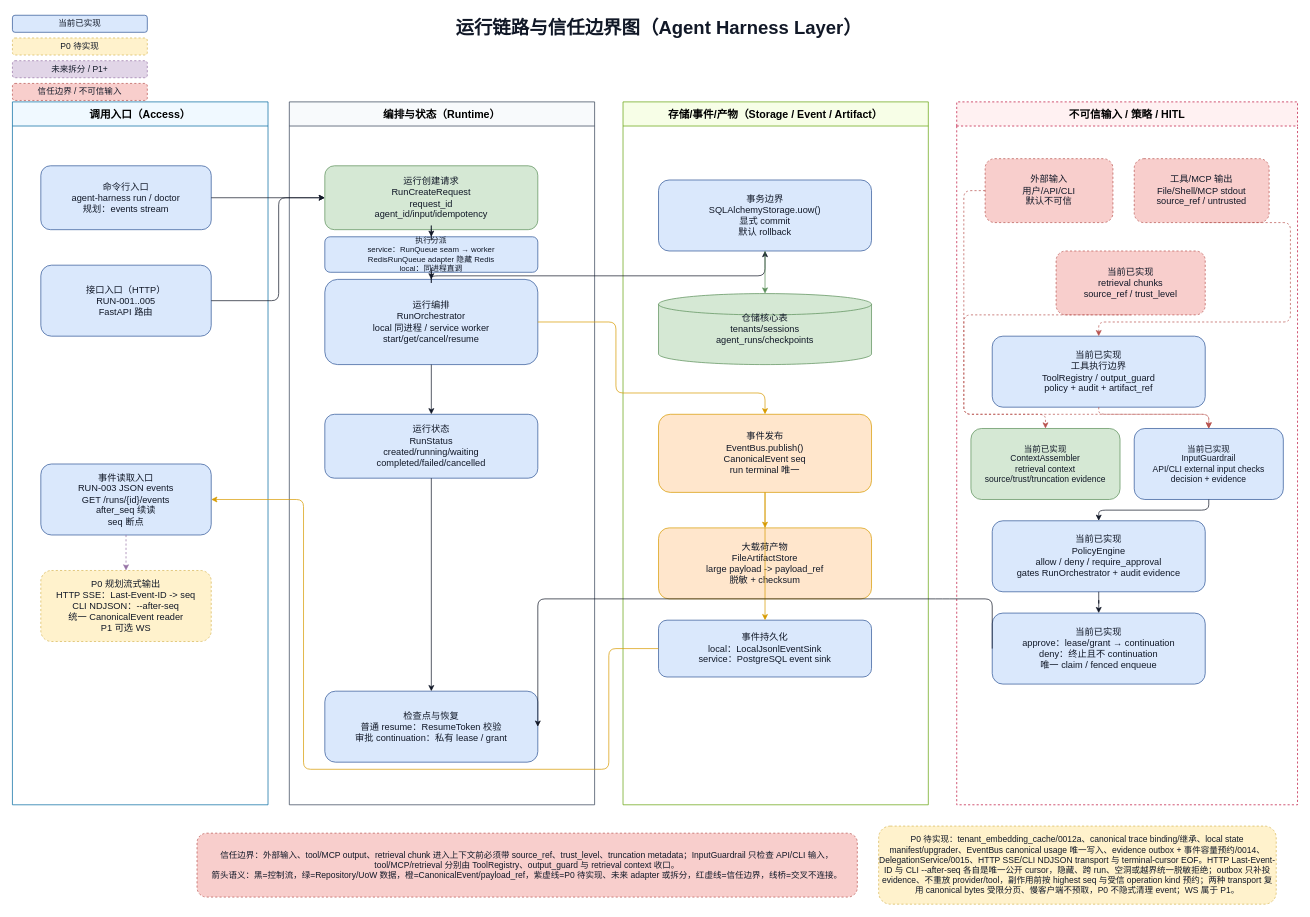
Before: docs/architecture/agent-harness-runtime-trust-boundaries.drawio in wdmcheng/agent-harness-layer, a draw.io diagram. Source tidied: cells renumbered, new cells numbered last; positions are measured from the earlier drawing's top-left corner, leaving out a move shared by most shapes. Both pictures are drawn from the tidied source at 71%, with x=0, y=0 at pixel (12, 12).
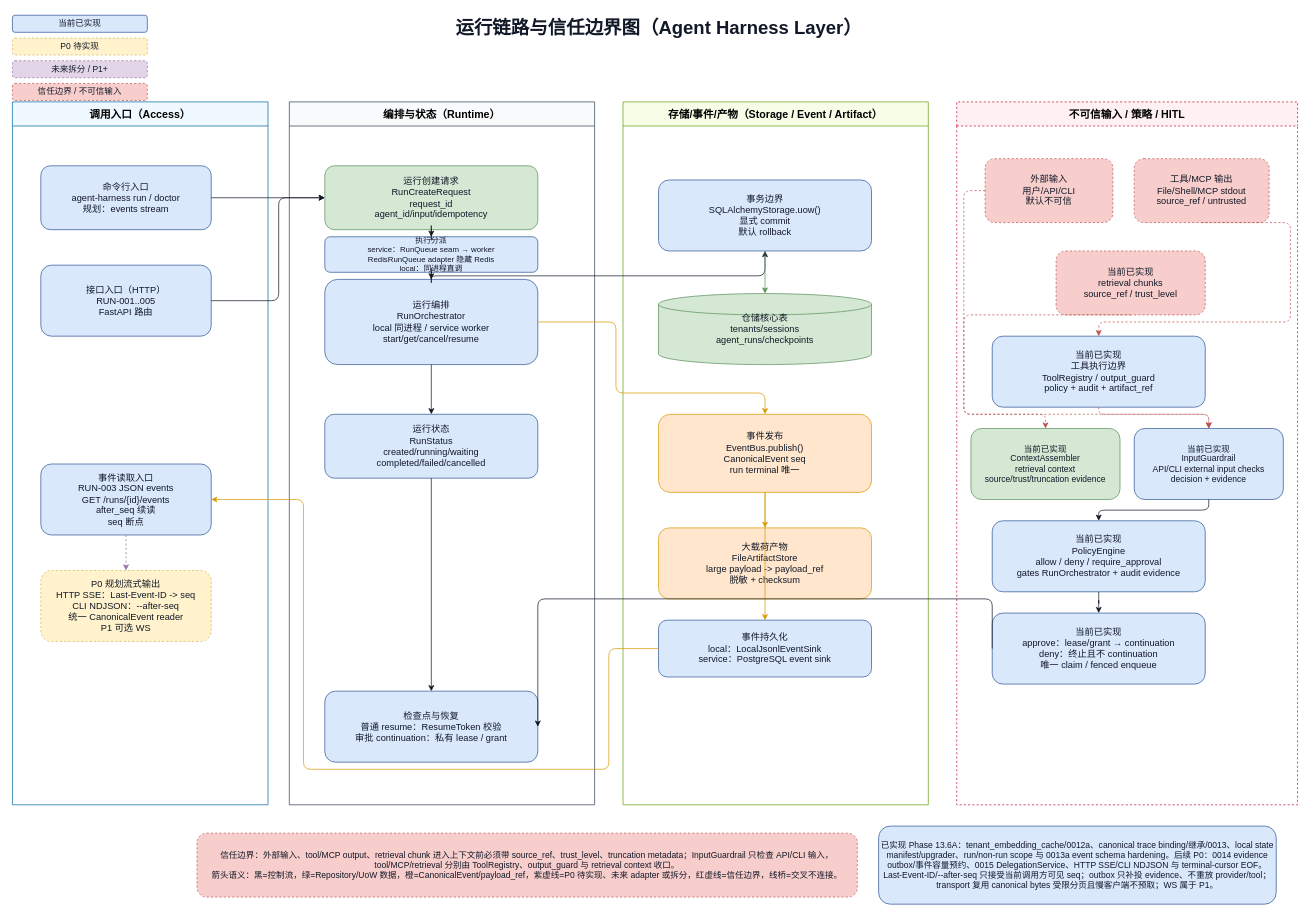
The same page after the edit.

What changed in the source:
```diff
@@
-    <mxCell id="12" value="P0 待实现：tenant_embedding_cache/0012a、canonical trace binding/继承、local state manifest/upgrader、EventBus canonical usage 唯一写入、evidence outbox + 事件容量预约/0014、DelegationService/0015、HTTP SSE/CLI NDJSON transport 与 terminal-cursor EOF。HTTP Last-Event-ID 与 CLI --after-seq 各自是唯一公开 cursor，隐藏、跨 run、空洞或越界统一脱敏拒绝；outbox 只补投 evidence、不重放 provider/tool，副作用前按 highest seq 与受信 operation kind 预约；两种 transport 复用 canonical bytes 受限分页、慢客户端不预取，P0 不隐式清理 event；WS 属于 P1。" style="rounded=1;whiteSpace=wrap;html=1;fillColor=#fff2cc;strokeColor=#d6b656;fontColor=#111827;fontSize=12;dashed=1;" parent="1" vertex="1">
+    <mxCell id="12" value="已实现 Phase 13.6A：tenant_embedding_cache/0012a、canonical trace binding/继承/0013、local state manifest/upgrader、run/non-run scope 与 0013a event schema hardening。后续 P0：0014 evidence outbox/事件容量预约、0015 DelegationService、HTTP SSE/CLI NDJSON 与 terminal-cursor EOF。Last-Event-ID/--after-seq 只接受当前调用方可见 seq；outbox 只补投 evidence、不重放 provider/tool；transport 复用 canonical bytes 受限分页且慢客户端不预取；WS 属于 P1。" style="rounded=1;whiteSpace=wrap;html=1;fillColor=#dae8fc;strokeColor=#2f5597;fontColor=#111827;fontSize=12;" parent="1" vertex="1">
       <mxGeometry x="1220" y="1146" width="560" height="110" as="geometry" />
     </mxCell>
```
